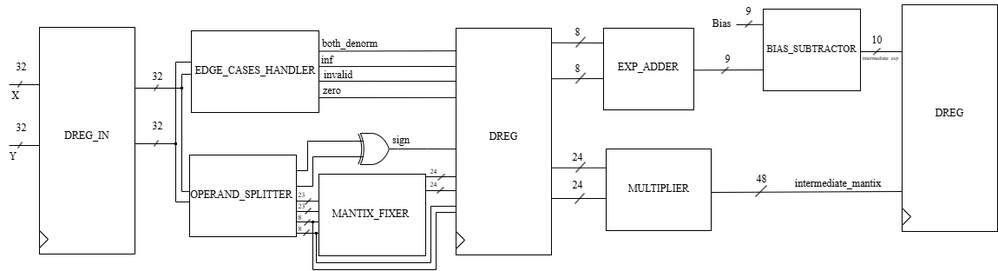
Earlier version of the draw.io export Full architecture.png (altomarigiulio/IEEE-754-Multiplier-Project). Source tidied: cells renumbered, new cells last; positions are measured from the earlier drawing's top-left corner, leaving out a move shared by most shapes.
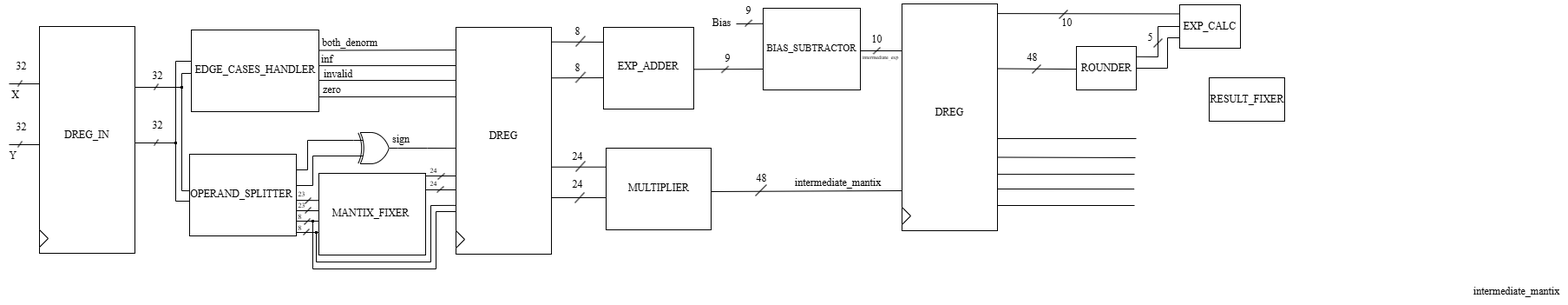
After the commit.

Change to the diagram source:
```diff
@@ -526,5 +526,110 @@
     <mxCell id="117" value="&lt;font style=&quot;font-size: 6px;&quot; face=&quot;Latin Modern Roman&quot;&gt;intermediate_exp&lt;/font&gt;" style="text;html=1;align=center;verticalAlign=middle;strokeColor=none;fillColor=none;" parent="1" vertex="1">
       <mxGeometry x="979" y="50" width="70" height="30" as="geometry" />
     </mxCell>
+    <mxCell id="118" style="endArrow=none;html=1;rounded=0;exitX=1;exitY=0.25;exitDx=0;exitDy=0;" parent="1" edge="1">
+      <mxGeometry relative="1" as="geometry">
+        <mxPoint x="1149" y="181.5" as="sourcePoint" />
+        <mxPoint x="1308" y="182" as="targetPoint" />
+      </mxGeometry>
+    </mxCell>
+    <mxCell id="119" style="endArrow=none;html=1;rounded=0;entryX=0;entryY=0.149;entryDx=0;entryDy=0;entryPerimeter=0;" parent="1" edge="1">
+      <mxGeometry relative="1" as="geometry">
+        <mxPoint x="1149" y="201.1" as="sourcePoint" />
+        <mxPoint x="1307" y="201" as="targetPoint" />
+      </mxGeometry>
+    </mxCell>
+    <mxCell id="120" style="endArrow=none;html=1;rounded=0;entryX=-0.003;entryY=0.306;entryDx=0;entryDy=0;entryPerimeter=0;" parent="1" edge="1">
+      <mxGeometry relative="1" as="geometry">
+        <mxPoint x="1149" y="237" as="sourcePoint" />
+        <mxPoint x="1307" y="237" as="targetPoint" />
+      </mxGeometry>
+    </mxCell>
+    <mxCell id="121" style="endArrow=none;html=1;rounded=0;entryX=-0.003;entryY=0.211;entryDx=0;entryDy=0;entryPerimeter=0;" parent="1" edge="1">
+      <mxGeometry relative="1" as="geometry">
+        <mxPoint x="1149" y="218" as="sourcePoint" />
+        <mxPoint x="1306.7" y="218.1" as="targetPoint" />
+      </mxGeometry>
+    </mxCell>
+    <mxCell id="122" value="&lt;font face=&quot;Latin Modern Roman&quot;&gt;intermediate_mantix&lt;/font&gt;" style="text;html=1;align=center;verticalAlign=middle;strokeColor=none;fillColor=none;" parent="1" vertex="1">
+      <mxGeometry x="1687" y="321" width="120" height="30" as="geometry" />
+    </mxCell>
+    <mxCell id="123" style="endArrow=none;html=1;rounded=0;exitX=1;exitY=0.25;exitDx=0;exitDy=0;" parent="1" edge="1">
+      <mxGeometry relative="1" as="geometry">
+        <mxPoint x="1149" y="160" as="sourcePoint" />
+        <mxPoint x="1309" y="160" as="targetPoint" />
+      </mxGeometry>
+    </mxCell>
+    <mxCell id="124" style="endArrow=none;html=1;rounded=0;exitX=1;exitY=0.25;exitDx=0;exitDy=0;entryX=-0.006;entryY=0.522;entryDx=0;entryDy=0;entryPerimeter=0;" parent="1" edge="1" target="127">
+      <mxGeometry relative="1" as="geometry">
+        <mxPoint x="1149" y="79.5" as="sourcePoint" />
+      </mxGeometry>
+    </mxCell>
+    <mxCell id="125" style="endArrow=none;html=1;rounded=0;" parent="1" edge="1">
+      <mxGeometry relative="1" as="geometry">
+        <mxPoint x="1189" y="85" as="sourcePoint" />
+        <mxPoint x="1199" y="75" as="targetPoint" />
+      </mxGeometry>
+    </mxCell>
+    <mxCell id="126" value="&lt;font face=&quot;Latin Modern Roman&quot;&gt;48&lt;/font&gt;" style="text;html=1;align=center;verticalAlign=middle;strokeColor=none;fillColor=none;" parent="1" vertex="1">
+      <mxGeometry x="1169" y="52" width="40" height="30" as="geometry" />
+    </mxCell>
+    <mxCell id="127" style="rounded=0;whiteSpace=wrap;html=1;fontColor=#727272;labelBorderColor=#585858;" parent="1" vertex="1">
+      <mxGeometry x="1240" y="54" width="69" height="50" as="geometry" />
+    </mxCell>
+    <mxCell id="128" value="&lt;font face=&quot;Latin Modern Roman&quot;&gt;ROUNDER&lt;/font&gt;" style="text;html=1;align=center;verticalAlign=middle;whiteSpace=wrap;rounded=0;" parent="1" vertex="1">
+      <mxGeometry x="1244.5" y="64" width="60" height="30" as="geometry" />
+    </mxCell>
+    <mxCell id="129" style="rounded=0;whiteSpace=wrap;html=1;fontColor=#727272;labelBorderColor=#585858;" parent="1" vertex="1">
+      <mxGeometry x="1359" y="6" width="70" height="50" as="geometry" />
+    </mxCell>
+    <mxCell id="130" value="&lt;font face=&quot;Latin Modern Roman&quot;&gt;EXP_CALC&lt;/font&gt;" style="text;html=1;align=center;verticalAlign=middle;whiteSpace=wrap;rounded=0;" parent="1" vertex="1">
+      <mxGeometry x="1364" y="16" width="60" height="30" as="geometry" />
+    </mxCell>
+    <mxCell id="131" style="endArrow=none;html=1;rounded=0;entryX=0.001;entryY=0.209;entryDx=0;entryDy=0;entryPerimeter=0;" parent="1" edge="1" target="129">
+      <mxGeometry relative="1" as="geometry">
+        <mxPoint x="1149" y="16.1" as="sourcePoint" />
+      </mxGeometry>
+    </mxCell>
+    <mxCell id="132" style="endArrow=none;html=1;rounded=0;" parent="1" edge="1">
+      <mxGeometry relative="1" as="geometry">
+        <mxPoint x="1220" y="22" as="sourcePoint" />
+        <mxPoint x="1230" y="12" as="targetPoint" />
+      </mxGeometry>
+    </mxCell>
+    <mxCell id="133" value="&lt;font face=&quot;Latin Modern Roman&quot;&gt;10&lt;/font&gt;" style="text;html=1;align=center;verticalAlign=middle;strokeColor=none;fillColor=none;" parent="1" vertex="1">
+      <mxGeometry x="1209" y="12" width="40" height="30" as="geometry" />
+    </mxCell>
+    <mxCell id="134" style="endArrow=none;html=1;rounded=0;entryX=0;entryY=0.5;entryDx=0;entryDy=0;exitX=1;exitY=0.235;exitDx=0;exitDy=0;exitPerimeter=0;" parent="1" edge="1" source="127" target="129">
+      <mxGeometry relative="1" as="geometry">
+        <Array as="points">
+          <mxPoint x="1334" y="66" />
+          <mxPoint x="1334" y="31" />
+        </Array>
+      </mxGeometry>
+    </mxCell>
+    <mxCell id="135" style="endArrow=none;html=1;rounded=0;" parent="1" edge="1">
+      <mxGeometry relative="1" as="geometry">
+        <mxPoint x="1329" y="55" as="sourcePoint" />
+        <mxPoint x="1339" y="45" as="targetPoint" />
+      </mxGeometry>
+    </mxCell>
+    <mxCell id="136" value="&lt;font face=&quot;Latin Modern Roman&quot;&gt;5&lt;/font&gt;" style="text;html=1;align=center;verticalAlign=middle;strokeColor=none;fillColor=none;" parent="1" vertex="1">
+      <mxGeometry x="1312.5" y="31" width="24" height="26" as="geometry" />
+    </mxCell>
+    <mxCell id="137" style="endArrow=none;html=1;rounded=0;exitX=1;exitY=0.5;exitDx=0;exitDy=0;" parent="1" edge="1" source="127">
+      <mxGeometry relative="1" as="geometry">
+        <mxPoint x="1359" y="44" as="targetPoint" />
+        <Array as="points">
+          <mxPoint x="1345" y="79" />
+          <mxPoint x="1345" y="44" />
+        </Array>
+      </mxGeometry>
+    </mxCell>
+    <mxCell id="138" style="rounded=0;whiteSpace=wrap;html=1;fontColor=#727272;labelBorderColor=#585858;" parent="1" vertex="1">
+      <mxGeometry x="1393" y="90" width="87" height="50" as="geometry" />
+    </mxCell>
+    <mxCell id="139" value="&lt;font face=&quot;Latin Modern Roman&quot;&gt;RESULT_FIXER&lt;/font&gt;" style="text;html=1;align=center;verticalAlign=middle;whiteSpace=wrap;rounded=0;" parent="1" vertex="1">
+      <mxGeometry x="1406.5" y="100" width="60" height="30" as="geometry" />
+    </mxCell>
   </root>
 </mxGraphModel>
```
